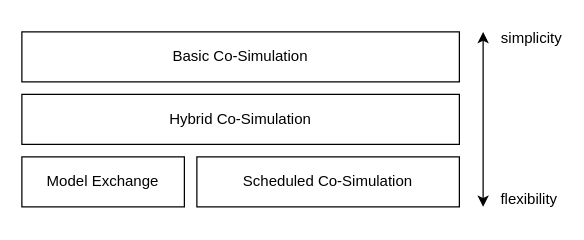
Before: docs/3.0-dev/images/fmi-types-overview.drawio in modelica/fmi-standard.org, a draw.io diagram. Source tidied: cells renumbered, new cells numbered last; positions are measured from the earlier drawing's top-left corner, leaving out a move shared by most shapes. Both pictures are drawn from the tidied source at 125%, with x=0, y=0 at pixel (21, 25).
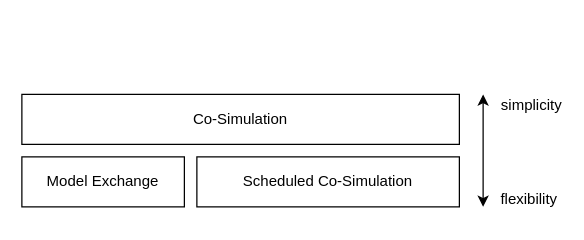
After the change.

What changed in the source:
```diff
@@
 <mxGraphModel>
   <root>
     <mxCell id="0" />
     <mxCell id="1" parent="0" />
-    <mxCell id="2" value="&lt;span style=&quot;white-space: normal&quot;&gt;Basic Co-Simulation&lt;/span&gt;" style="rounded=0;whiteSpace=wrap;html=1;align=center;" parent="1" vertex="1">
-      <mxGeometry y="5" width="350" height="40" as="geometry" />
-    </mxCell>
-    <mxCell id="3" value="&lt;span style=&quot;white-space: normal&quot;&gt;Hybrid Co-Simulation&lt;/span&gt;" style="rounded=0;whiteSpace=wrap;html=1;" parent="1" vertex="1">
+    <mxCell id="3" value="&lt;span style=&quot;white-space: normal&quot;&gt;Co-Simulation&lt;/span&gt;" style="rounded=0;whiteSpace=wrap;html=1;" parent="1" vertex="1">
       <mxGeometry y="55" width="350" height="40" as="geometry" />
     </mxCell>
     <mxCell id="4" value="Model Exchange" style="rounded=0;whiteSpace=wrap;html=1;" parent="1" vertex="1">
       <mxGeometry y="105" width="130" height="40" as="geometry" />
     </mxCell>
     <mxCell id="5" value="Scheduled Co-Simulation" style="rounded=0;whiteSpace=wrap;html=1;" parent="1" vertex="1">
       <mxGeometry x="140" y="105" width="210" height="40" as="geometry" />
     </mxCell>
     <mxCell id="6" style="endArrow=classic;startArrow=classic;html=1;" parent="1" edge="1">
       <mxGeometry relative="1" as="geometry">
         <mxPoint x="369" y="145" as="sourcePoint" />
-        <mxPoint x="369" y="5" as="targetPoint" />
+        <mxPoint x="369" y="55" as="targetPoint" />
       </mxGeometry>
     </mxCell>
     <mxCell id="7" value="simplicity" style="text;html=1;strokeColor=none;fillColor=none;align=center;verticalAlign=middle;whiteSpace=wrap;rounded=0;" parent="1" vertex="1">
-      <mxGeometry x="388" width="40" height="20" as="geometry" />
+      <mxGeometry x="388" y="54" width="40" height="20" as="geometry" />
     </mxCell>
     <mxCell id="8" value="flexibility" style="text;html=1;strokeColor=none;fillColor=none;align=center;verticalAlign=middle;whiteSpace=wrap;rounded=0;" parent="1" vertex="1">
       <mxGeometry x="386" y="129" width="40" height="20" as="geometry" />
     </mxCell>
   </root>
 </mxGraphModel>
```
